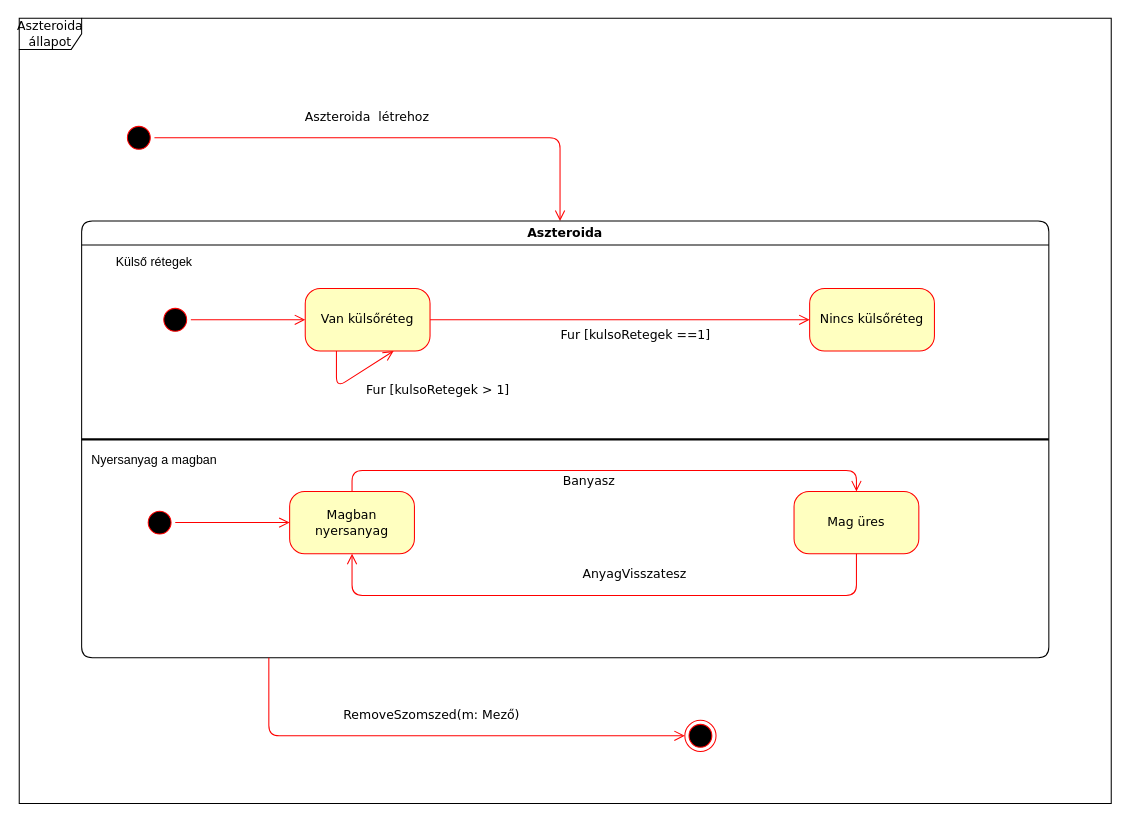
torpeBoiGo/aszteroidabanyaszat keeps this draw.io diagram as doc/uml/Aszteroida_allapot.drawio. Above is the earlier version. Source tidied: cells renumbered, new cells numbered last; positions are measured from the earlier drawing's top-left corner, leaving out a move shared by most shapes. Both pictures are drawn from the tidied source at 104%, with x=0, y=0 at pixel (19, 18).
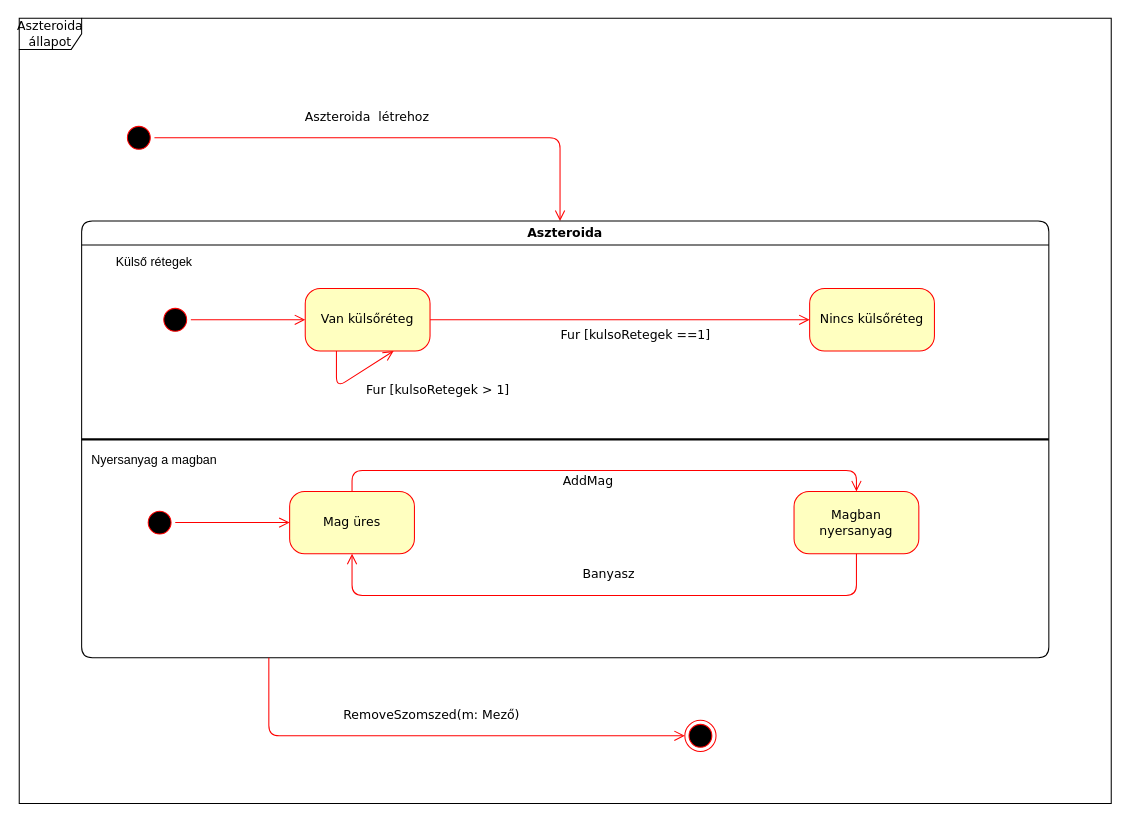
The same page after the edit.

Commit message:
kezdőállapot a Mag üres

What changed in the source:
```diff
@@
-    <mxCell id="13" value="Banyasz" style="edgeStyle=elbowEdgeStyle;html=1;labelBackgroundColor=none;endArrow=open;endSize=8;strokeColor=#ff0000;fontFamily=Verdana;fontSize=12;align=left;exitX=0.5;exitY=0;exitDx=0;exitDy=0;" parent="1" edge="1" source="17" target="14">
+    <mxCell id="13" value="AddMag" style="edgeStyle=elbowEdgeStyle;html=1;labelBackgroundColor=none;endArrow=open;endSize=8;strokeColor=#ff0000;fontFamily=Verdana;fontSize=12;align=left;exitX=0.5;exitY=0;exitDx=0;exitDy=0;" parent="1" edge="1" source="17" target="14">
       <mxGeometry x="-0.16" y="-10" relative="1" as="geometry">
         <Array as="points">
           <mxPoint x="520" y="435" />
         </Array>
       </mxGeometry>
     </mxCell>
-    <mxCell id="14" value="Mag üres" style="rounded=1;whiteSpace=wrap;html=1;arcSize=24;fillColor=#ffffc0;strokeColor=#ff0000;shadow=0;comic=0;labelBackgroundColor=none;fontFamily=Verdana;fontSize=12;fontColor=#000000;align=center;" parent="1" vertex="1">
+    <mxCell id="14" value="Magban nyersanyag" style="rounded=1;whiteSpace=wrap;html=1;arcSize=24;fillColor=#ffffc0;strokeColor=#ff0000;shadow=0;comic=0;labelBackgroundColor=none;fontFamily=Verdana;fontSize=12;fontColor=#000000;align=center;" parent="1" vertex="1">
       <mxGeometry x="745" y="455" width="120" height="60" as="geometry" />
     </mxCell>
@@
-    <mxCell id="17" value="Magban nyersanyag" style="rounded=1;whiteSpace=wrap;html=1;arcSize=24;fillColor=#ffffc0;strokeColor=#ff0000;shadow=0;comic=0;labelBackgroundColor=none;fontFamily=Verdana;fontSize=12;fontColor=#000000;align=center;" parent="1" vertex="1">
+    <mxCell id="17" value="Mag üres" style="rounded=1;whiteSpace=wrap;html=1;arcSize=24;fillColor=#ffffc0;strokeColor=#ff0000;shadow=0;comic=0;labelBackgroundColor=none;fontFamily=Verdana;fontSize=12;fontColor=#000000;align=center;" parent="1" vertex="1">
       <mxGeometry x="260" y="455" width="120" height="60" as="geometry" />
     </mxCell>
-    <mxCell id="18" value="AnyagVisszatesz" style="edgeStyle=elbowEdgeStyle;html=1;labelBackgroundColor=none;endArrow=open;endSize=8;strokeColor=#ff0000;fontFamily=Verdana;fontSize=12;align=left;exitX=0.5;exitY=1;exitDx=0;exitDy=0;entryX=0.5;entryY=1;entryDx=0;entryDy=0;" parent="1" edge="1" source="14" target="17">
+    <mxCell id="18" value="Banyasz" style="edgeStyle=elbowEdgeStyle;html=1;labelBackgroundColor=none;endArrow=open;endSize=8;strokeColor=#ff0000;fontFamily=Verdana;fontSize=12;align=left;exitX=0.5;exitY=1;exitDx=0;exitDy=0;entryX=0.5;entryY=1;entryDx=0;entryDy=0;" parent="1" edge="1" source="14" target="17">
       <mxGeometry x="0.08" y="-20" relative="1" as="geometry">
         <Array as="points">
           <mxPoint x="560" y="555" />
         </Array>
       </mxGeometry>
     </mxCell>
```
